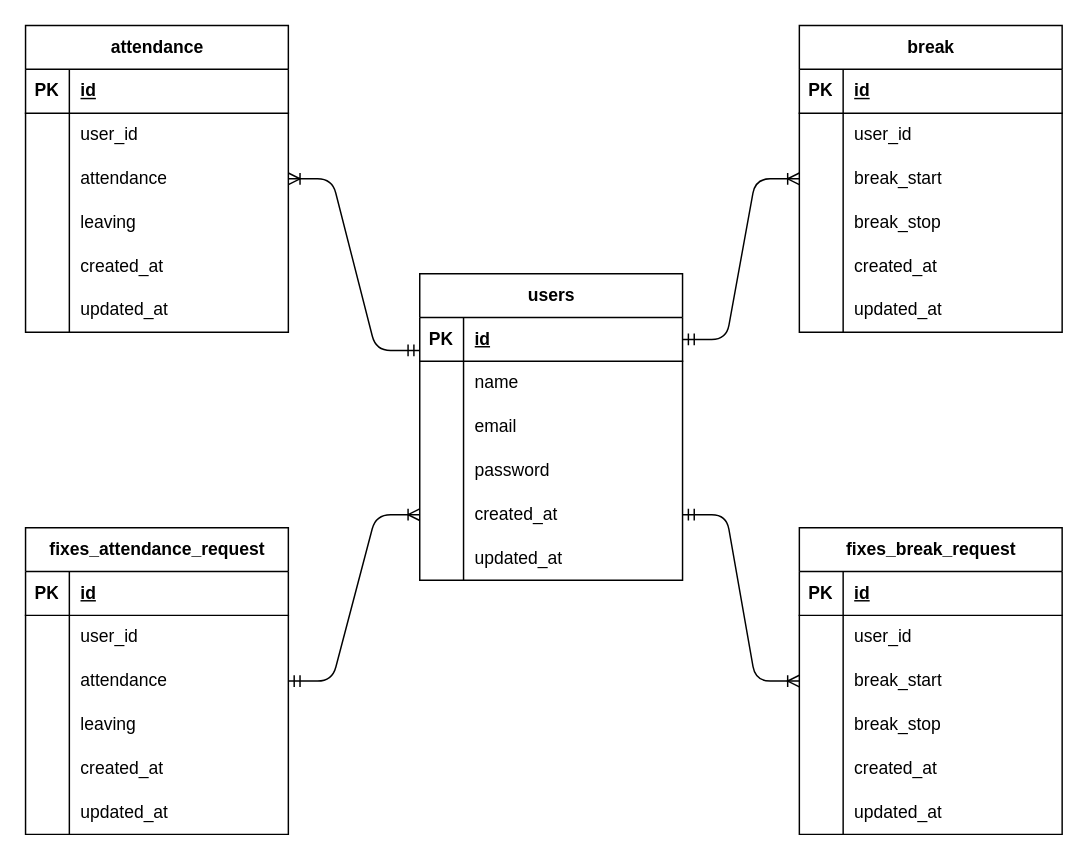
Earlier version of the draw.io diagram src/design/er.drawio (hisano-satomi/attendance_management). Source tidied: cells renumbered, new cells numbered last; positions are measured from the earlier drawing's top-left corner, leaving out a move shared by most shapes. Both pictures are drawn from the tidied source at 146%, with x=0, y=0 at pixel (25, 25).
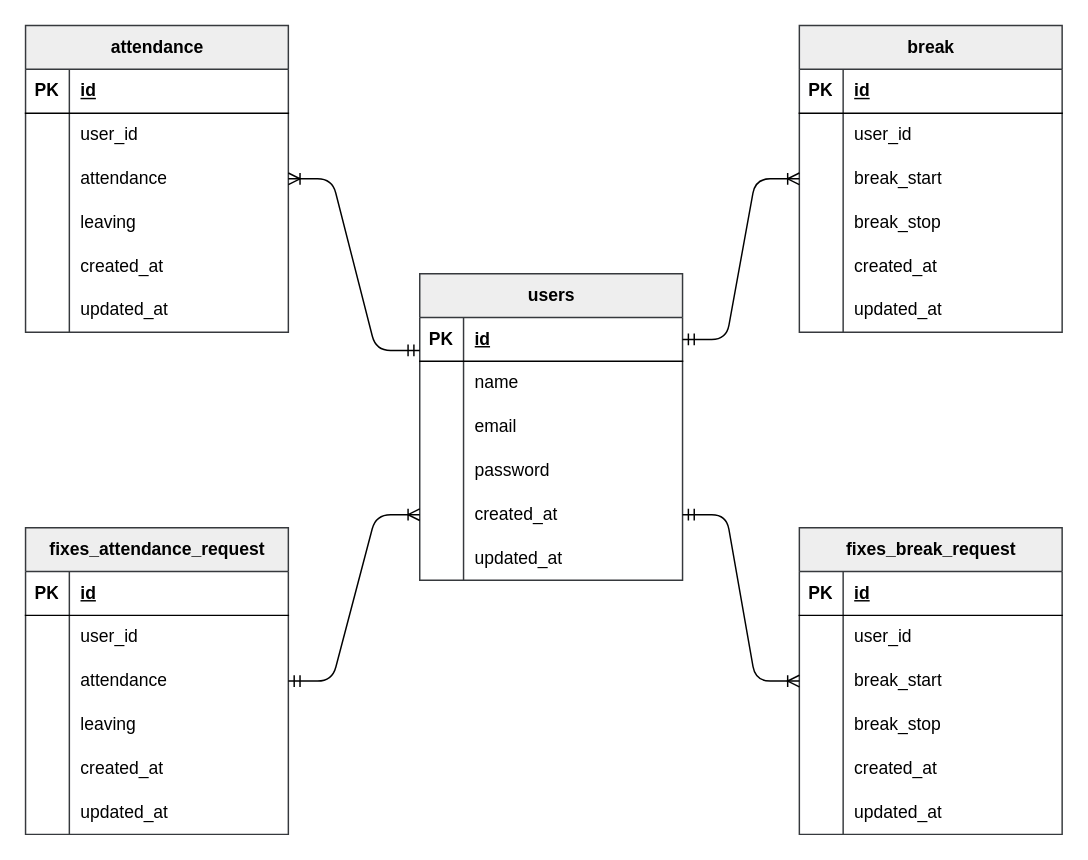
The same diagram, later.

Diff of the diagram source:
```diff
@@
-    <mxCell id="2" value="attendance" style="shape=table;startSize=30;childLayout=tableLayout;rowLines=0;fontStyle=1;align=center;html=1;" parent="1" vertex="1">
+    <mxCell id="2" value="attendance" style="shape=table;startSize=30;childLayout=tableLayout;rowLines=0;fontStyle=1;align=center;html=1;fillColor=#eeeeee;strokeColor=#36393d;fontColor=#000000;" parent="1" vertex="1">
       <mxGeometry width="180" height="210" as="geometry" />
     </mxCell>
@@
-    <mxCell id="21" value="break" style="shape=table;startSize=30;childLayout=tableLayout;rowLines=0;fontStyle=1;align=center;html=1;" parent="1" vertex="1">
+    <mxCell id="21" value="break" style="shape=table;startSize=30;childLayout=tableLayout;rowLines=0;fontStyle=1;align=center;html=1;fillColor=#eeeeee;strokeColor=#36393d;fontColor=#000000;" parent="1" vertex="1">
       <mxGeometry x="530" width="180" height="210" as="geometry" />
     </mxCell>
@@
-    <mxCell id="40" value="fixes_break_request" style="shape=table;startSize=30;childLayout=tableLayout;rowLines=0;fontStyle=1;align=center;html=1;" parent="1" vertex="1">
+    <mxCell id="40" value="fixes_break_request" style="shape=table;startSize=30;childLayout=tableLayout;rowLines=0;fontStyle=1;align=center;html=1;fillColor=#eeeeee;strokeColor=#36393d;fontColor=#000000;" parent="1" vertex="1">
       <mxGeometry x="530" y="344" width="180" height="210" as="geometry" />
     </mxCell>
@@
-    <mxCell id="59" value="fixes_attendance_request" style="shape=table;startSize=30;childLayout=tableLayout;rowLines=0;fontStyle=1;align=center;html=1;" parent="1" vertex="1">
+    <mxCell id="59" value="fixes_attendance_request" style="shape=table;startSize=30;childLayout=tableLayout;rowLines=0;fontStyle=1;align=center;html=1;fillColor=#eeeeee;strokeColor=#36393d;fontColor=#000000;" parent="1" vertex="1">
       <mxGeometry y="344" width="180" height="210" as="geometry" />
     </mxCell>
@@
-    <mxCell id="78" value="users" style="shape=table;startSize=30;childLayout=tableLayout;rowLines=0;fontStyle=1;align=center;html=1;" parent="1" vertex="1">
+    <mxCell id="78" value="users" style="shape=table;startSize=30;childLayout=tableLayout;rowLines=0;fontStyle=1;align=center;html=1;fillColor=#eeeeee;strokeColor=#36393d;fontColor=#000000;" parent="1" vertex="1">
       <mxGeometry x="270" y="170" width="180" height="210" as="geometry" />
     </mxCell>
```
